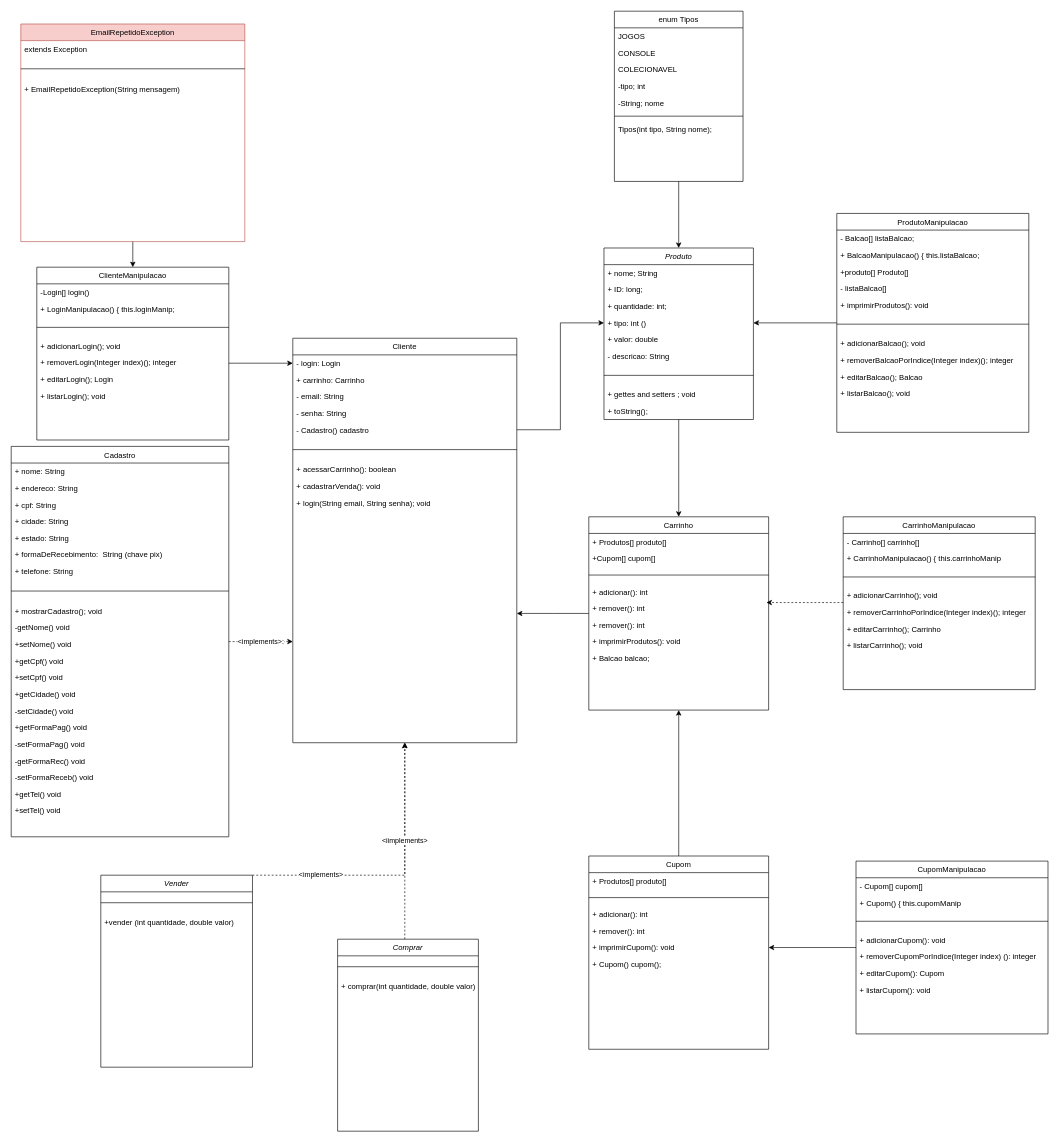
The draw.io diagram Diagrama sem nome.drawio in juliogmr/vemser-trabalho-final, before the edit. Source tidied: cells renumbered, new cells numbered last; positions are measured from the earlier drawing's top-left corner, leaving out a move shared by most shapes. Both pictures are drawn from the tidied source at 64%, with x=0, y=0 at pixel (11, 11).
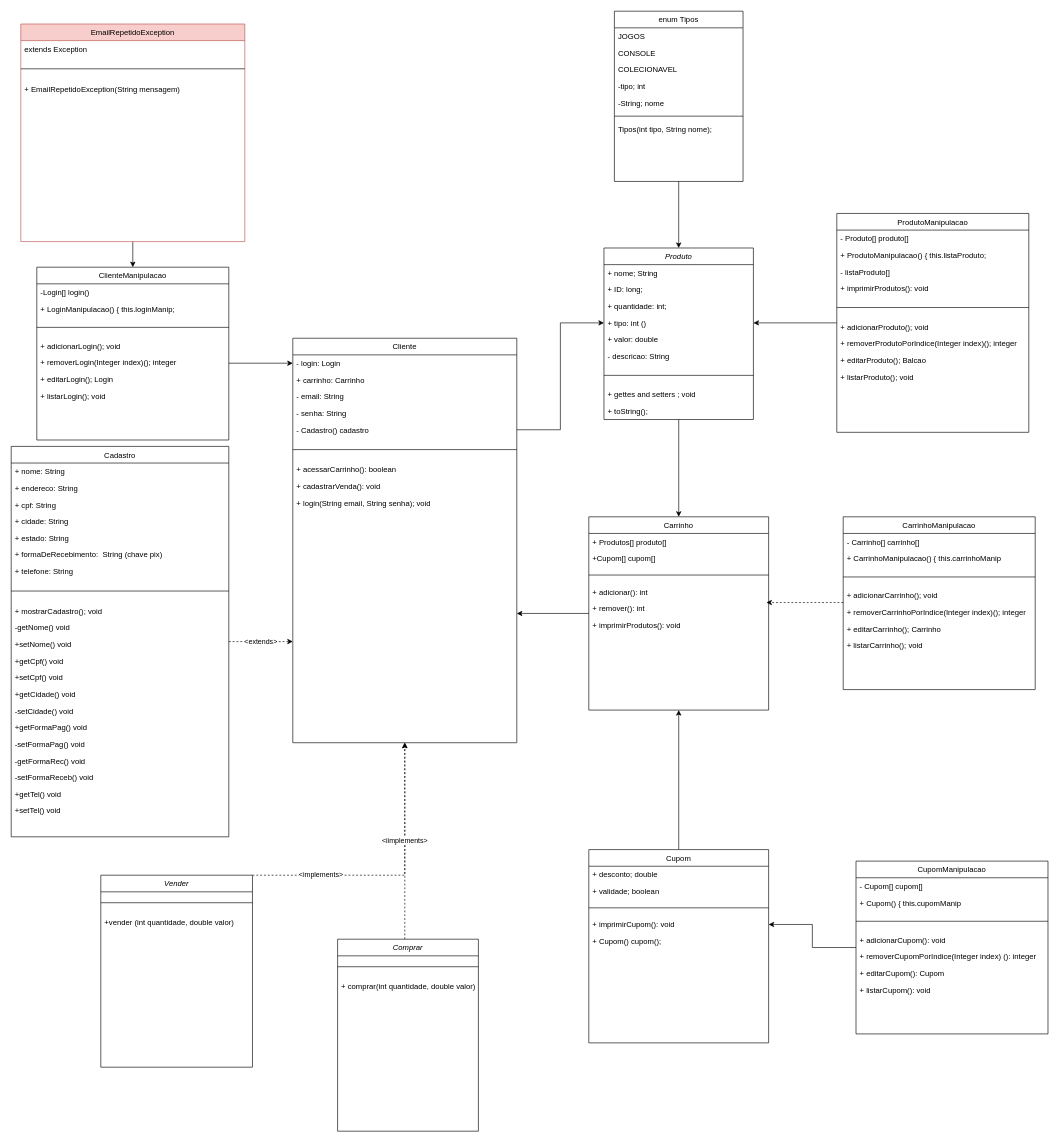
Above is the later version.

Unchanged cells that the change refers to:
```xml
<mxCell id="3" value="Carrinho" style="swimlane;fontStyle=0;align=center;verticalAlign=top;horizontal=1;startSize=26;rounded=0;shadow=0;strokeWidth=1;" parent="1" vertex="1">
  <mxGeometry x="902.5" y="790" width="281" height="302" as="geometry" />
</mxCell>
<mxCell id="23" value="Cliente" style="swimlane;fontStyle=0;align=center;verticalAlign=top;horizontal=1;startSize=26;rounded=0;shadow=0;strokeWidth=1;" parent="1" vertex="1">
  <mxGeometry x="440" y="511" width="350" height="632" as="geometry" />
</mxCell>
<mxCell id="42" value="Cadastro" style="swimlane;fontStyle=0;align=center;verticalAlign=top;horizontal=1;startSize=26;rounded=0;shadow=0;strokeWidth=1;" parent="1" vertex="1">
  <mxGeometry y="680" width="340" height="610" as="geometry" />
</mxCell>
<mxCell id="97" value="ProdutoManipulacao" style="swimlane;fontStyle=0;align=center;verticalAlign=top;horizontal=1;startSize=26;rounded=0;shadow=0;strokeWidth=1;" parent="1" vertex="1">
  <mxGeometry x="1290" y="316" width="300" height="342" as="geometry" />
</mxCell>
```

Change to the diagram source:
```diff
@@
-    <mxCell id="9" value="+ remover(): int" style="text;align=left;verticalAlign=top;spacingLeft=4;spacingRight=4;overflow=hidden;" parent="3" vertex="1">
-      <mxGeometry y="156" width="281" height="26" as="geometry" />
-    </mxCell>
     <mxCell id="10" value="+ imprimirProdutos(): void" style="text;align=left;verticalAlign=top;spacingLeft=4;spacingRight=4;overflow=hidden;" parent="3" vertex="1">
-      <mxGeometry y="182" width="281" height="26" as="geometry" />
+      <mxGeometry y="156" width="281" height="26" as="geometry" />
     </mxCell>
-    <mxCell id="11" value="+ Balcao balcao;" style="text;align=left;verticalAlign=top;spacingLeft=4;spacingRight=4;overflow=hidden;" parent="3" vertex="1">
-      <mxGeometry y="208" width="281" height="26" as="geometry" />
-    </mxCell>
@@
-    <mxCell id="41" value="&amp;lt;implements&amp;gt;:" style="edgeStyle=orthogonalEdgeStyle;rounded=0;jettySize=auto;html=1;entryX=0;entryY=0.75;entryDx=0;entryDy=0;dashed=1;" parent="1" edge="1" source="42" target="23">
+    <mxCell id="41" value="&amp;lt;extends&amp;gt;" style="edgeStyle=orthogonalEdgeStyle;rounded=0;jettySize=auto;html=1;entryX=0;entryY=0.75;entryDx=0;entryDy=0;dashed=1;" parent="1" edge="1" source="42" target="23">
       <mxGeometry relative="1" as="geometry">
         <Array as="points">
-          <mxPoint x="190" y="985" />
-          <mxPoint x="190" y="985" />
+          <mxPoint x="380" y="985" />
+          <mxPoint x="380" y="985" />
         </Array>
       </mxGeometry>
     </mxCell>
@@
-    <mxCell id="98" value="- Balcao[] listaBalcao;" style="text;align=left;verticalAlign=top;spacingLeft=4;spacingRight=4;overflow=hidden;rounded=0;shadow=0;html=0;" parent="97" vertex="1">
+    <mxCell id="98" value="- Produto[] produto[]" style="text;align=left;verticalAlign=top;spacingLeft=4;spacingRight=4;overflow=hidden;rounded=0;shadow=0;html=0;" parent="97" vertex="1">
       <mxGeometry y="26" width="300" height="26" as="geometry" />
     </mxCell>
-    <mxCell id="99" value="+ BalcaoManipulacao() { this.listaBalcao;" style="text;align=left;verticalAlign=top;spacingLeft=4;spacingRight=4;overflow=hidden;rounded=0;shadow=0;html=0;" parent="97" vertex="1">
+    <mxCell id="99" value="+ ProdutoManipulacao() { this.listaProduto;" style="text;align=left;verticalAlign=top;spacingLeft=4;spacingRight=4;overflow=hidden;rounded=0;shadow=0;html=0;" parent="97" vertex="1">
       <mxGeometry y="52" width="300" height="26" as="geometry" />
     </mxCell>
-    <mxCell id="100" value="+produto[] Produto[]" style="text;align=left;verticalAlign=top;spacingLeft=4;spacingRight=4;overflow=hidden;rounded=0;shadow=0;html=0;" parent="97" vertex="1">
-      <mxGeometry y="78" width="300" height="26" as="geometry" />
-    </mxCell>
-    <mxCell id="101" value="- listaBalcao[] " style="text;align=left;verticalAlign=top;spacingLeft=4;spacingRight=4;overflow=hidden;" parent="97" vertex="1">
-      <mxGeometry y="104" width="300" height="26" as="geometry" />
+    <mxCell id="101" value="- listaProduto[] " style="text;align=left;verticalAlign=top;spacingLeft=4;spacingRight=4;overflow=hidden;" parent="97" vertex="1">
+      <mxGeometry y="78" width="300" height="26" as="geometry" />
     </mxCell>
     <mxCell id="102" value="+ imprimirProdutos(): void" style="text;align=left;verticalAlign=top;spacingLeft=4;spacingRight=4;overflow=hidden;" parent="97" vertex="1">
-      <mxGeometry y="130" width="300" height="26" as="geometry" />
+      <mxGeometry y="104" width="300" height="26" as="geometry" />
     </mxCell>
     <mxCell id="103" style="line;html=1;strokeWidth=1;align=left;verticalAlign=middle;spacingTop=-1;spacingLeft=3;spacingRight=3;labelPosition=right;" parent="97" vertex="1">
-      <mxGeometry y="156" width="300" height="34" as="geometry" />
+      <mxGeometry y="130" width="300" height="34" as="geometry" />
     </mxCell>
-    <mxCell id="104" value="+ adicionarBalcao(); void" style="text;align=left;verticalAlign=top;spacingLeft=4;spacingRight=4;overflow=hidden;" parent="97" vertex="1">
-      <mxGeometry y="190" width="300" height="26" as="geometry" />
+    <mxCell id="104" value="+ adicionarProduto(); void" style="text;align=left;verticalAlign=top;spacingLeft=4;spacingRight=4;overflow=hidden;" parent="97" vertex="1">
+      <mxGeometry y="164" width="300" height="26" as="geometry" />
     </mxCell>
-    <mxCell id="105" value="+ removerBalcaoPorIndice(Integer index)(); integer" style="text;align=left;verticalAlign=top;spacingLeft=4;spacingRight=4;overflow=hidden;" parent="97" vertex="1">
-      <mxGeometry y="216" width="300" height="26" as="geometry" />
+    <mxCell id="105" value="+ removerProdutoPorIndice(Integer index)(); integer" style="text;align=left;verticalAlign=top;spacingLeft=4;spacingRight=4;overflow=hidden;" parent="97" vertex="1">
+      <mxGeometry y="190" width="300" height="26" as="geometry" />
     </mxCell>
-    <mxCell id="106" value="+ editarBalcao(); Balcao" style="text;align=left;verticalAlign=top;spacingLeft=4;spacingRight=4;overflow=hidden;" parent="97" vertex="1">
-      <mxGeometry y="242" width="300" height="26" as="geometry" />
+    <mxCell id="106" value="+ editarProduto(); Balcao" style="text;align=left;verticalAlign=top;spacingLeft=4;spacingRight=4;overflow=hidden;" parent="97" vertex="1">
+      <mxGeometry y="216" width="300" height="26" as="geometry" />
     </mxCell>
-    <mxCell id="107" value="+ listarBalcao(); void" style="text;align=left;verticalAlign=top;spacingLeft=4;spacingRight=4;overflow=hidden;" parent="97" vertex="1">
-      <mxGeometry y="268" width="300" height="26" as="geometry" />
+    <mxCell id="107" value="+ listarProduto(); void" style="text;align=left;verticalAlign=top;spacingLeft=4;spacingRight=4;overflow=hidden;" parent="97" vertex="1">
+      <mxGeometry y="242" width="300" height="26" as="geometry" />
     </mxCell>
@@
     <mxCell id="110" value="Cupom" style="swimlane;fontStyle=0;align=center;verticalAlign=top;horizontal=1;startSize=26;rounded=0;shadow=0;strokeWidth=1;" parent="1" vertex="1">
-      <mxGeometry x="902.5" y="1320" width="281" height="302" as="geometry" />
+      <mxGeometry x="902.5" y="1310" width="281" height="302" as="geometry" />
     </mxCell>
-    <mxCell id="111" value="+ Produtos[] produto[]" style="text;align=left;verticalAlign=top;spacingLeft=4;spacingRight=4;overflow=hidden;" parent="110" vertex="1">
+    <mxCell id="111" value="+ desconto; double" style="text;align=left;verticalAlign=top;spacingLeft=4;spacingRight=4;overflow=hidden;" parent="110" vertex="1">
       <mxGeometry y="26" width="281" height="26" as="geometry" />
     </mxCell>
+    <mxCell id="126" value="+ validade; boolean" style="text;align=left;verticalAlign=top;spacingLeft=4;spacingRight=4;overflow=hidden;" parent="110" vertex="1">
+      <mxGeometry y="52" width="281" height="26" as="geometry" />
+    </mxCell>
     <mxCell id="112" style="line;html=1;strokeWidth=1;align=left;verticalAlign=middle;spacingTop=-1;spacingLeft=3;spacingRight=3;labelPosition=right;" parent="110" vertex="1">
-      <mxGeometry y="52" width="281" height="26" as="geometry" />
+      <mxGeometry y="78" width="281" height="26" as="geometry" />
     </mxCell>
-    <mxCell id="113" value="+ adicionar(): int" style="text;align=left;verticalAlign=top;spacingLeft=4;spacingRight=4;overflow=hidden;" parent="110" vertex="1">
-      <mxGeometry y="78" width="281" height="26" as="geometry" />
-    </mxCell>
-    <mxCell id="114" value="+ remover(): int" style="text;align=left;verticalAlign=top;spacingLeft=4;spacingRight=4;overflow=hidden;" parent="110" vertex="1">
-      <mxGeometry y="104" width="281" height="26" as="geometry" />
-    </mxCell>
     <mxCell id="115" value="+ imprimirCupom(): void" style="text;align=left;verticalAlign=top;spacingLeft=4;spacingRight=4;overflow=hidden;points=[[0,0.5],[1,0.5]];portConstraint=eastwest;" parent="110" vertex="1">
-      <mxGeometry y="130" width="281" height="26" as="geometry" />
+      <mxGeometry y="104" width="281" height="26" as="geometry" />
     </mxCell>
     <mxCell id="116" value="+ Cupom() cupom();" style="text;align=left;verticalAlign=top;spacingLeft=4;spacingRight=4;overflow=hidden;" parent="110" vertex="1">
-      <mxGeometry y="156" width="281" height="26" as="geometry" />
+      <mxGeometry y="130" width="281" height="26" as="geometry" />
     </mxCell>
```
